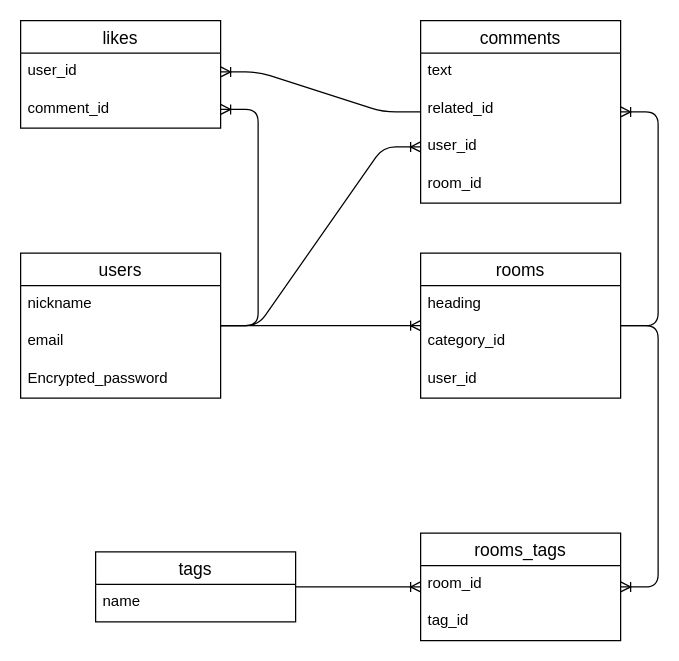
The draw.io diagram geek-chat.dio in Okisen/geek-chat, before the edit. Source tidied: cells renumbered, new cells numbered last; positions are measured from the earlier drawing's top-left corner, leaving out a move shared by most shapes. Both pictures are drawn from the tidied source at 125%, with x=0, y=0 at pixel (20, 20).
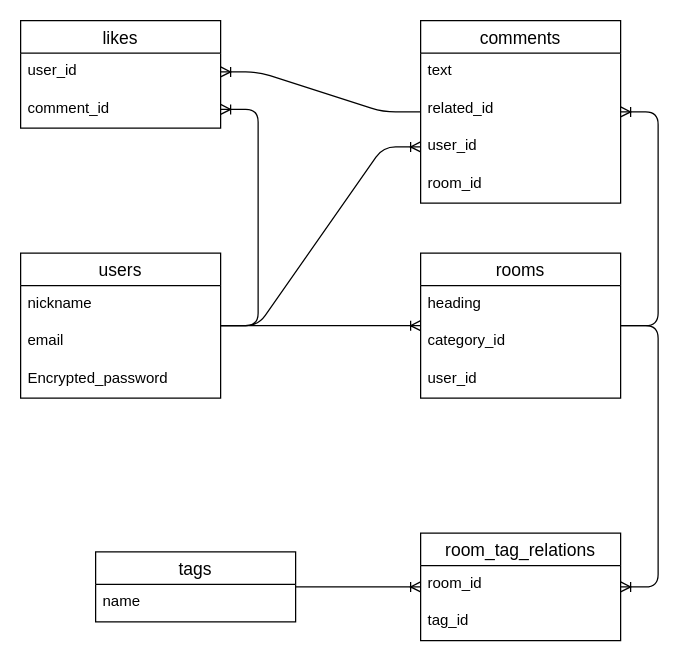
After the change.

Diff of the diagram source:
```diff
@@
-    <mxCell id="16" value="rooms_tags" style="swimlane;fontStyle=0;horizontal=1;startSize=26;align=center;fontSize=14;" parent="1" vertex="1">
+    <mxCell id="16" value="room_tag_relations" style="swimlane;fontStyle=0;horizontal=1;startSize=26;align=center;fontSize=14;" parent="1" vertex="1">
       <mxGeometry x="320" y="410" width="160" height="86" as="geometry" />
     </mxCell>
```
